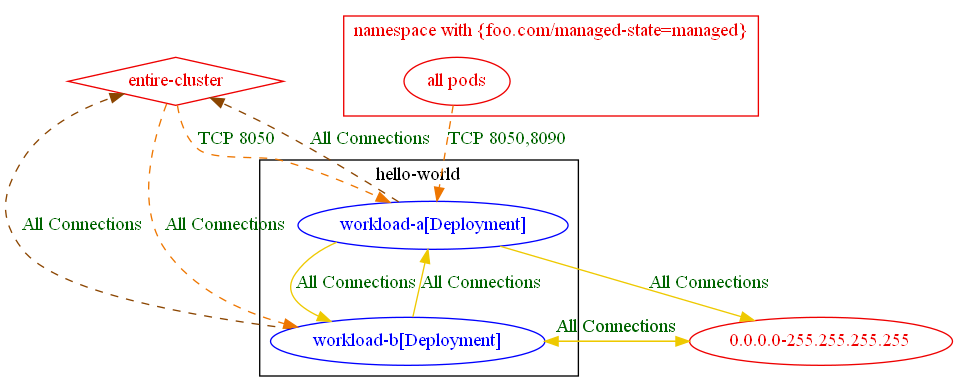
The Graphviz diagram test_outputs/connlist/exposure_test_new_namespace_conn_and_entire_cluster_connlist_output.dot.png in np-guard/netpol-analyzer, before a commit. Its source is kept beside it as test_outputs/connlist/exposure_test_new_namespace_conn_and_entire_cluster_connlist_output.dot.
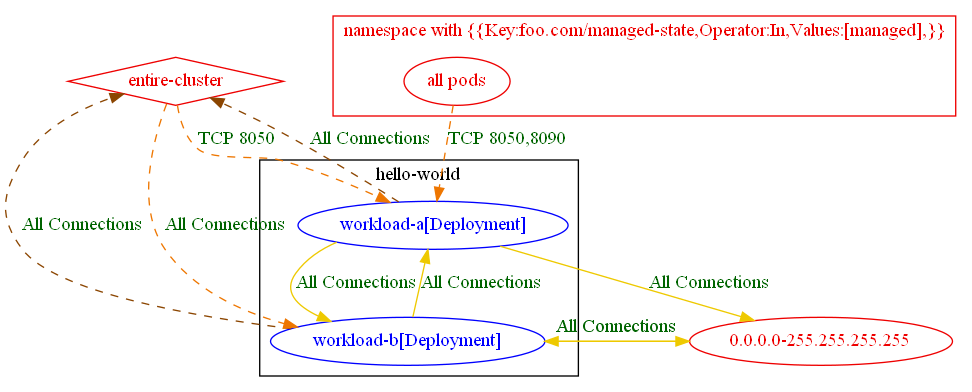
The same diagram one commit later.

What changed in the source:
```diff
@@ -6,16 +6,16 @@
 		"hello-world/workload-b[Deployment]" [label="workload-b[Deployment]" color="blue" fontcolor="blue"]
 		label="hello-world"
 	}
-	subgraph "cluster_namespace with {foo.com/managed_state=managed}" {
+	subgraph "cluster_namespace with {{Key:foo.com/managed_state,Operator:In,Values:[managed],}}" {
 		color="red2"
 		fontcolor="red2"
-		"all pods_in_namespace with {foo.com/managed-state=managed}" [label="all pods" color="red2" fontcolor="red2"]
-		label="namespace with {foo.com/managed-state=managed}"
+		"all pods_in_namespace with {{Key:foo.com/managed-state,Operator:In,Values:[managed],}}" [label="all pods" color="red2" fontcolor="red2"]
+		label="namespace with {{Key:foo.com/managed-state,Operator:In,Values:[managed],}}"
 	}
 	"0.0.0.0-255.255.255.255" [label="0.0.0.0-255.255.255.255" color="red2" fontcolor="red2"]
 	"entire-cluster" [label="entire-cluster" color="red2" fontcolor="red2" shape=diamond]
 	"0.0.0.0-255.255.255.255" -> "hello-world/workload-b[Deployment]" [label="All Connections" color="gold2" fontcolor="darkgreen"]
-	"all pods_in_namespace with {foo.com/managed-state=managed}" -> "hello-world/workload-a[Deployment]" [label="TCP 8050,8090" color="darkorange2" fontcolor="darkgreen" weight=1 style=dashed]
+	"all pods_in_namespace with {{Key:foo.com/managed-state,Operator:In,Values:[managed],}}" -> "hello-world/workload-a[Deployment]" [label="TCP 8050,8090" color="darkorange2" fontcolor="darkgreen" weight=1 style=dashed]
 	"entire-cluster" -> "hello-world/workload-a[Deployment]" [label="TCP 8050" color="darkorange2" fontcolor="darkgreen" weight=1 style=dashed]
 	"entire-cluster" -> "hello-world/workload-b[Deployment]" [label="All Connections" color="darkorange2" fontcolor="darkgreen" weight=1 style=dashed]
 	"hello-world/workload-a[Deployment]" -> "0.0.0.0-255.255.255.255" [label="All Connections" color="gold2" fontcolor="darkgreen"]
```
